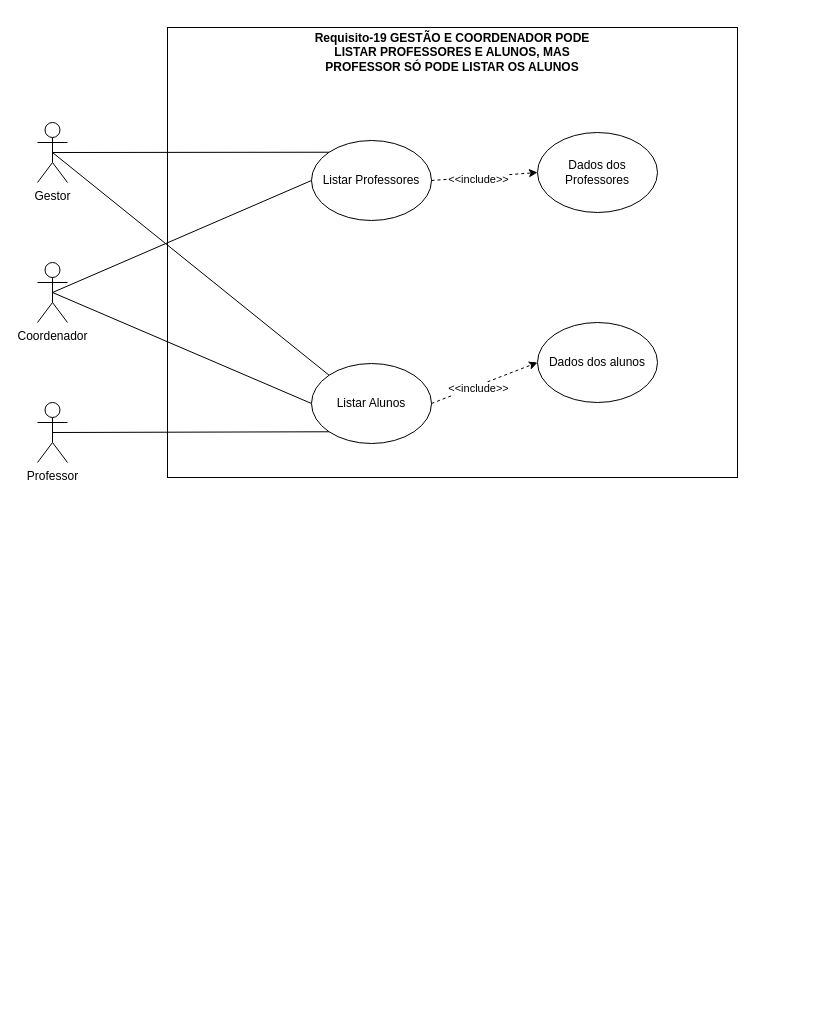
The draw.io diagram Requisito-19.drawio in LizReis/An-lise-de-Sistemas, before the edit. Source tidied: cells renumbered, new cells numbered last; positions are measured from the earlier drawing's top-left corner, leaving out a move shared by most shapes. Both pictures are drawn from the tidied source at 100%, with x=0, y=0 at pixel (37, 27).
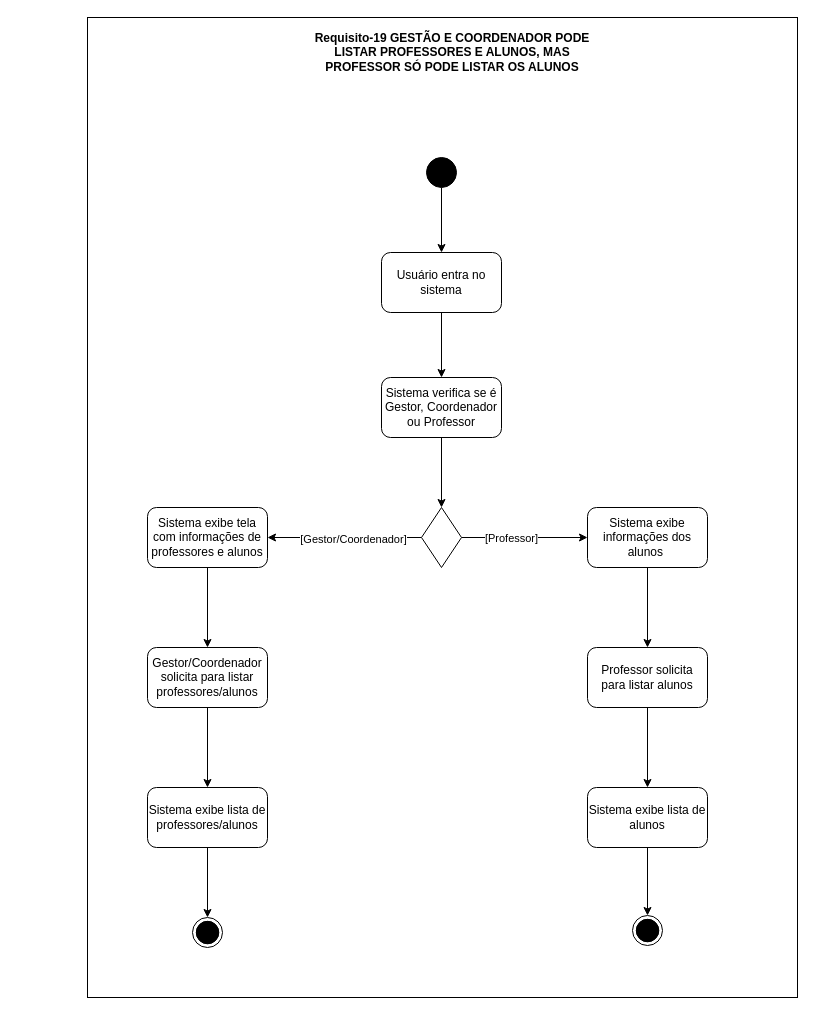
The same diagram, later.

What changed in the source:
```diff
@@
-    <mxCell id="2" style="rounded=0;whiteSpace=wrap;html=1;" parent="1" vertex="1">
-      <mxGeometry x="130" width="570" height="450" as="geometry" />
-    </mxCell>
-    <mxCell id="3" style="rounded=0;jettySize=auto;html=1;exitX=0.5;exitY=0.5;exitDx=0;exitDy=0;exitPerimeter=0;entryX=0;entryY=0;entryDx=0;entryDy=0;endArrow=none;startFill=0;" parent="1" edge="1" source="4" target="8">
-      <mxGeometry relative="1" as="geometry" />
-    </mxCell>
-    <mxCell id="4" value="Gestor" style="shape=umlActor;verticalLabelPosition=bottom;verticalAlign=top;html=1;outlineConnect=0;" parent="1" vertex="1">
-      <mxGeometry y="95" width="30" height="60" as="geometry" />
-    </mxCell>
-    <mxCell id="5" style="rounded=0;jettySize=auto;html=1;exitX=0.5;exitY=0.5;exitDx=0;exitDy=0;exitPerimeter=0;endArrow=none;startFill=0;entryX=0;entryY=0.5;entryDx=0;entryDy=0;" parent="1" edge="1" source="6" target="8">
-      <mxGeometry relative="1" as="geometry" />
-    </mxCell>
-    <mxCell id="6" value="Coordenador" style="shape=umlActor;verticalLabelPosition=bottom;verticalAlign=top;html=1;outlineConnect=0;" parent="1" vertex="1">
-      <mxGeometry y="235" width="30" height="60" as="geometry" />
-    </mxCell>
-    <mxCell id="7" value="Professor" style="shape=umlActor;verticalLabelPosition=bottom;verticalAlign=top;html=1;outlineConnect=0;" parent="1" vertex="1">
-      <mxGeometry y="375" width="30" height="60" as="geometry" />
-    </mxCell>
-    <mxCell id="8" value="Listar Alunos" style="ellipse;whiteSpace=wrap;html=1;" parent="1" vertex="1">
-      <mxGeometry x="274" y="336" width="120" height="80" as="geometry" />
-    </mxCell>
-    <mxCell id="9" style="rounded=0;jettySize=auto;html=1;exitX=0.5;exitY=0.5;exitDx=0;exitDy=0;exitPerimeter=0;entryX=0;entryY=1;entryDx=0;entryDy=0;endArrow=none;startFill=0;" parent="1" edge="1" source="7" target="8">
-      <mxGeometry relative="1" as="geometry" />
-    </mxCell>
-    <mxCell id="10" value="Listar Professores" style="ellipse;whiteSpace=wrap;html=1;" parent="1" vertex="1">
-      <mxGeometry x="274" y="113" width="120" height="80" as="geometry" />
-    </mxCell>
-    <mxCell id="11" style="endArrow=none;html=1;rounded=0;exitX=0.5;exitY=0.5;exitDx=0;exitDy=0;exitPerimeter=0;entryX=0;entryY=0;entryDx=0;entryDy=0;" parent="1" edge="1" source="4" target="10">
-      <mxGeometry relative="1" as="geometry" />
-    </mxCell>
-    <mxCell id="12" style="endArrow=none;html=1;rounded=0;exitX=0.5;exitY=0.5;exitDx=0;exitDy=0;exitPerimeter=0;entryX=0;entryY=0.5;entryDx=0;entryDy=0;" parent="1" edge="1" source="6" target="10">
-      <mxGeometry relative="1" as="geometry" />
-    </mxCell>
-    <mxCell id="13" value="Dados dos alunos" style="ellipse;whiteSpace=wrap;html=1;" parent="1" vertex="1">
-      <mxGeometry x="500" y="295" width="120" height="80" as="geometry" />
-    </mxCell>
-    <mxCell id="14" value="Dados dos Professores" style="ellipse;whiteSpace=wrap;html=1;" parent="1" vertex="1">
-      <mxGeometry x="500" y="105" width="120" height="80" as="geometry" />
-    </mxCell>
-    <mxCell id="15" style="endArrow=classic;html=1;rounded=0;exitX=1;exitY=0.5;exitDx=0;exitDy=0;entryX=0;entryY=0.5;entryDx=0;entryDy=0;dashed=1;" parent="1" edge="1" source="8" target="13">
-      <mxGeometry relative="1" as="geometry" />
-    </mxCell>
-    <mxCell id="16" value="&amp;lt;&amp;lt;include&amp;gt;&amp;gt;" style="edgeLabel;html=1;align=center;verticalAlign=middle;" parent="15" vertex="1">
-      <mxGeometry x="-0.13" y="-2" relative="1" as="geometry" />
-    </mxCell>
-    <mxCell id="17" style="endArrow=classic;html=1;rounded=0;exitX=1;exitY=0.5;exitDx=0;exitDy=0;entryX=0;entryY=0.5;entryDx=0;entryDy=0;dashed=1;" parent="1" edge="1" source="10" target="14">
-      <mxGeometry relative="1" as="geometry" />
-    </mxCell>
-    <mxCell id="18" value="&amp;lt;&amp;lt;include&amp;gt;&amp;gt;" style="edgeLabel;html=1;align=center;verticalAlign=middle;" parent="17" vertex="1">
-      <mxGeometry x="-0.13" y="-2" relative="1" as="geometry" />
-    </mxCell>
+    <mxCell id="20" style="rounded=0;whiteSpace=wrap;html=1;" parent="1" vertex="1">
+      <mxGeometry x="50" y="-10" width="710" height="980" as="geometry" />
+    </mxCell>
@@
+    <mxCell id="21" style="edgeStyle=orthogonalEdgeStyle;rounded=0;jettySize=auto;html=1;" parent="1" edge="1" source="22" target="24">
+      <mxGeometry relative="1" as="geometry" />
+    </mxCell>
+    <mxCell id="22" style="ellipse;whiteSpace=wrap;html=1;fillColor=#000000;" parent="1" vertex="1">
+      <mxGeometry x="389" y="130" width="30" height="30" as="geometry" />
+    </mxCell>
+    <mxCell id="23" style="edgeStyle=orthogonalEdgeStyle;rounded=0;jettySize=auto;html=1;" parent="1" edge="1" source="24" target="26">
+      <mxGeometry relative="1" as="geometry" />
+    </mxCell>
+    <mxCell id="24" value="Usuário entra no sistema" style="rounded=1;whiteSpace=wrap;html=1;fillColor=#FFFFFF;" parent="1" vertex="1">
+      <mxGeometry x="344" y="225" width="120" height="60" as="geometry" />
+    </mxCell>
+    <mxCell id="25" style="edgeStyle=orthogonalEdgeStyle;rounded=0;jettySize=auto;html=1;exitX=0.5;exitY=1;exitDx=0;exitDy=0;entryX=0.5;entryY=0;entryDx=0;entryDy=0;" parent="1" edge="1" source="26" target="31">
+      <mxGeometry relative="1" as="geometry" />
+    </mxCell>
+    <mxCell id="26" value="Sistema verifica se é Gestor, Coordenador ou Professor" style="whiteSpace=wrap;html=1;fillColor=#FFFFFF;rounded=1;" parent="1" vertex="1">
+      <mxGeometry x="344" y="350" width="120" height="60" as="geometry" />
+    </mxCell>
+    <mxCell id="27" style="edgeStyle=orthogonalEdgeStyle;rounded=0;jettySize=auto;html=1;exitX=1;exitY=0.5;exitDx=0;exitDy=0;entryX=0;entryY=0.5;entryDx=0;entryDy=0;" parent="1" edge="1" source="31" target="33">
+      <mxGeometry relative="1" as="geometry" />
+    </mxCell>
+    <mxCell id="28" value="[Professor]" style="edgeLabel;html=1;align=center;verticalAlign=middle;" parent="27" vertex="1">
+      <mxGeometry x="-0.23" relative="1" as="geometry" />
+    </mxCell>
+    <mxCell id="29" style="edgeStyle=orthogonalEdgeStyle;rounded=0;jettySize=auto;html=1;exitX=0;exitY=0.5;exitDx=0;exitDy=0;" parent="1" edge="1" source="31" target="35">
+      <mxGeometry relative="1" as="geometry" />
+    </mxCell>
+    <mxCell id="30" value="[Gestor/Coordenador]" style="edgeLabel;html=1;align=center;verticalAlign=middle;" parent="29" vertex="1">
+      <mxGeometry x="-0.11" y="1" relative="1" as="geometry" />
+    </mxCell>
+    <mxCell id="31" style="rhombus;whiteSpace=wrap;html=1;" parent="1" vertex="1">
+      <mxGeometry x="384" y="480" width="40" height="60" as="geometry" />
+    </mxCell>
+    <mxCell id="32" style="edgeStyle=orthogonalEdgeStyle;rounded=0;jettySize=auto;html=1;" parent="1" edge="1" source="33" target="39">
+      <mxGeometry relative="1" as="geometry" />
+    </mxCell>
+    <mxCell id="33" value="Sistema exibe informações dos alunos&amp;nbsp;" style="whiteSpace=wrap;html=1;fillColor=#FFFFFF;rounded=1;" parent="1" vertex="1">
+      <mxGeometry x="550" y="480" width="120" height="60" as="geometry" />
+    </mxCell>
+    <mxCell id="34" style="edgeStyle=orthogonalEdgeStyle;rounded=0;jettySize=auto;html=1;" parent="1" edge="1" source="35" target="37">
+      <mxGeometry relative="1" as="geometry" />
+    </mxCell>
+    <mxCell id="35" value="Sistema exibe tela com informações de professores e alunos" style="whiteSpace=wrap;html=1;fillColor=#FFFFFF;rounded=1;" parent="1" vertex="1">
+      <mxGeometry x="110" y="480" width="120" height="60" as="geometry" />
+    </mxCell>
+    <mxCell id="36" style="edgeStyle=orthogonalEdgeStyle;rounded=0;jettySize=auto;html=1;" parent="1" edge="1" source="37" target="41">
+      <mxGeometry relative="1" as="geometry" />
+    </mxCell>
+    <mxCell id="37" value="Gestor/Coordenador solicita para listar professores/alunos" style="whiteSpace=wrap;html=1;fillColor=#FFFFFF;rounded=1;" parent="1" vertex="1">
+      <mxGeometry x="110" y="620" width="120" height="60" as="geometry" />
+    </mxCell>
+    <mxCell id="38" style="edgeStyle=orthogonalEdgeStyle;rounded=0;jettySize=auto;html=1;" parent="1" edge="1" source="39" target="46">
+      <mxGeometry relative="1" as="geometry" />
+    </mxCell>
+    <mxCell id="39" value="Professor solicita para listar alunos" style="whiteSpace=wrap;html=1;fillColor=#FFFFFF;rounded=1;" parent="1" vertex="1">
+      <mxGeometry x="550" y="620" width="120" height="60" as="geometry" />
+    </mxCell>
+    <mxCell id="40" style="edgeStyle=orthogonalEdgeStyle;rounded=0;jettySize=auto;html=1;exitX=0.5;exitY=1;exitDx=0;exitDy=0;entryX=0.5;entryY=0;entryDx=0;entryDy=0;" parent="1" edge="1" source="41" target="43">
+      <mxGeometry relative="1" as="geometry" />
+    </mxCell>
+    <mxCell id="41" value="Sistema exibe lista de professores/alunos" style="whiteSpace=wrap;html=1;fillColor=#FFFFFF;rounded=1;" parent="1" vertex="1">
+      <mxGeometry x="110" y="760" width="120" height="60" as="geometry" />
+    </mxCell>
+    <mxCell id="42" style="group;" parent="1" vertex="1">
+      <mxGeometry x="155" y="890" width="30" height="30" as="geometry" />
+    </mxCell>
+    <mxCell id="43" style="ellipse;shape=doubleEllipse;whiteSpace=wrap;html=1;fillColor=#FFFFFF;" parent="42" vertex="1">
+      <mxGeometry width="30" height="30" as="geometry" />
+    </mxCell>
+    <mxCell id="44" style="ellipse;shape=doubleEllipse;whiteSpace=wrap;html=1;fillColor=#000000;" parent="42" vertex="1">
+      <mxGeometry x="3.8" y="3.8" width="22.5" height="22.5" as="geometry" />
+    </mxCell>
+    <mxCell id="45" style="edgeStyle=orthogonalEdgeStyle;rounded=0;jettySize=auto;html=1;exitX=0.5;exitY=1;exitDx=0;exitDy=0;entryX=0.5;entryY=0;entryDx=0;entryDy=0;" parent="1" edge="1" source="46" target="48">
+      <mxGeometry relative="1" as="geometry" />
+    </mxCell>
+    <mxCell id="46" value="Sistema exibe lista de alunos" style="whiteSpace=wrap;html=1;fillColor=#FFFFFF;rounded=1;" parent="1" vertex="1">
+      <mxGeometry x="550" y="760" width="120" height="60" as="geometry" />
+    </mxCell>
+    <mxCell id="47" style="group;" parent="1" vertex="1">
+      <mxGeometry x="595" y="888" width="30" height="30" as="geometry" />
+    </mxCell>
+    <mxCell id="48" style="ellipse;shape=doubleEllipse;whiteSpace=wrap;html=1;fillColor=#FFFFFF;" parent="47" vertex="1">
+      <mxGeometry width="30" height="30" as="geometry" />
+    </mxCell>
+    <mxCell id="49" style="ellipse;shape=doubleEllipse;whiteSpace=wrap;html=1;fillColor=#000000;" parent="47" vertex="1">
+      <mxGeometry x="3.8" y="3.8" width="22.5" height="22.5" as="geometry" />
+    </mxCell>
```
